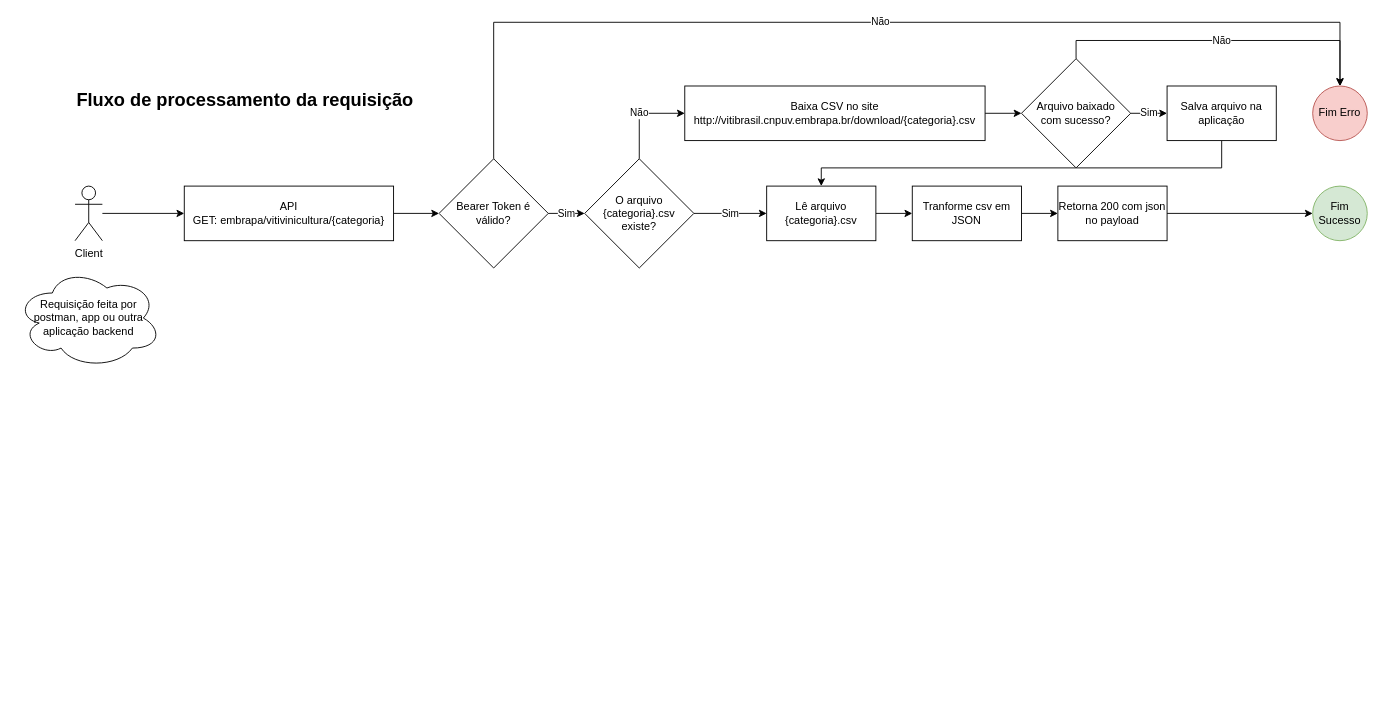
The draw.io diagram arquitetura.drawio in rodrigorizandobr/fiap-tech-challenge-1, before the edit. Source tidied: cells renumbered, new cells numbered last; positions are measured from the earlier drawing's top-left corner, leaving out a move shared by most shapes. Both pictures are drawn from the tidied source at 91%, with x=0, y=0 at pixel (15, 22).
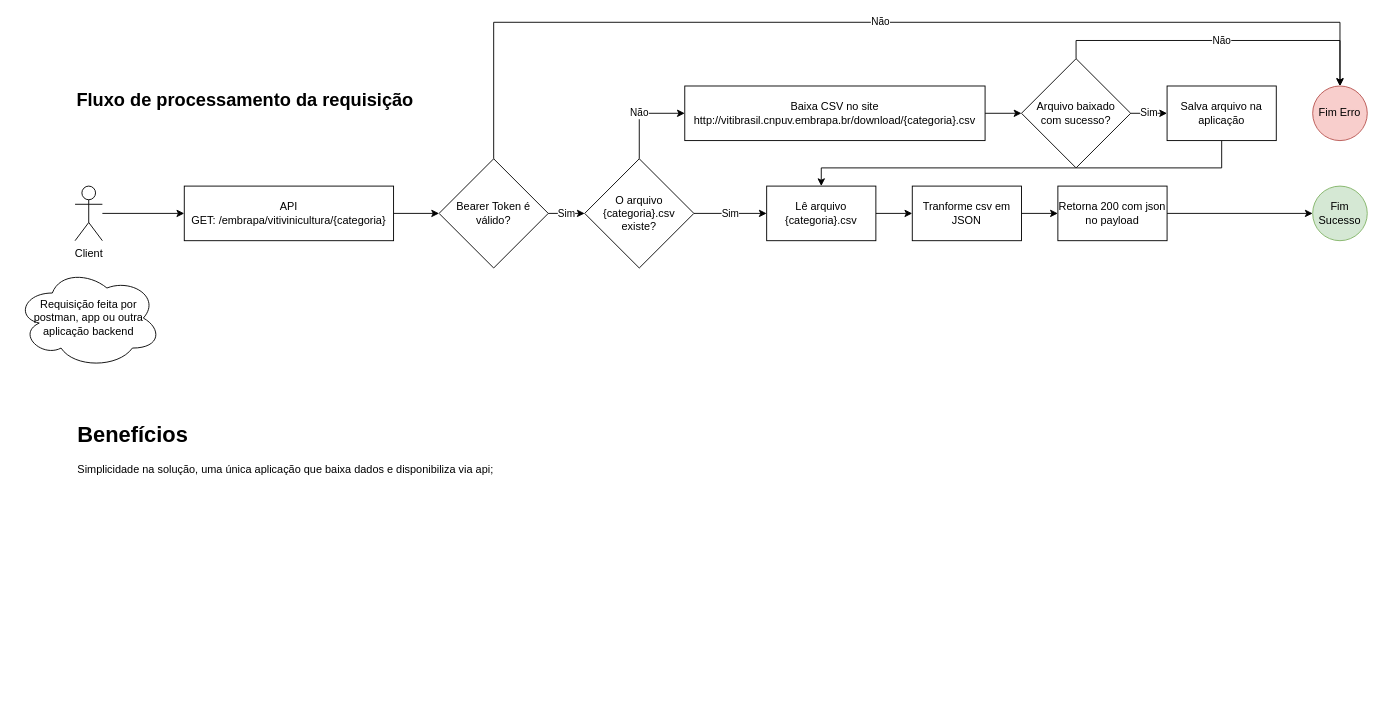
The same diagram, later.

Commit message (it also covers changes not shown here):
libs e versões mapeados

What changed in the source:
```diff
@@
-    <mxCell id="3" value="API&lt;br&gt;GET: embrapa/vitivinicultura/{categoria}" style="rounded=0;whiteSpace=wrap;html=1;" parent="1" vertex="1">
+    <mxCell id="3" value="API&lt;br&gt;GET: /embrapa/vitivinicultura/{categoria}" style="rounded=0;whiteSpace=wrap;html=1;" parent="1" vertex="1">
       <mxGeometry x="185" y="180" width="230" height="60" as="geometry" />
     </mxCell>
@@
+    <mxCell id="29" value="&lt;h1 style=&quot;margin-top: 0px;&quot;&gt;Benefícios&lt;/h1&gt;&lt;p&gt;Simplicidade na solução, uma única aplicação que baixa dados e disponibiliza via api;&lt;/p&gt;" style="text;html=1;whiteSpace=wrap;overflow=hidden;rounded=0;" parent="1" vertex="1">
+      <mxGeometry x="66" y="433" width="511" height="307" as="geometry" />
+    </mxCell>
```
